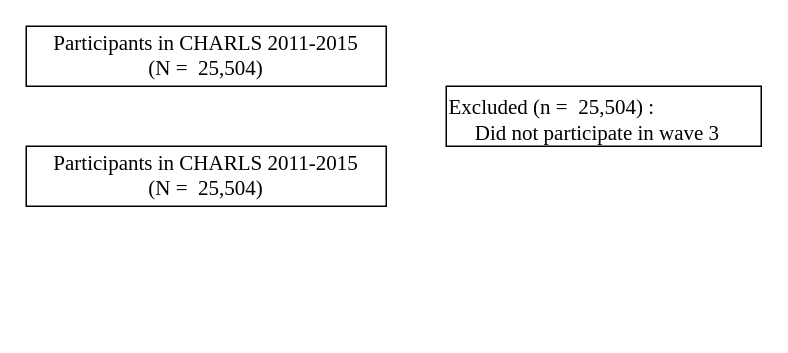
The draw.io diagram Childhood Neighborhood Quality.drawio in HaibinLi0817/Course-Project1, before the edit. Source tidied: cells renumbered, new cells numbered last; positions are measured from the earlier drawing's top-left corner, leaving out a move shared by most shapes. Both pictures are drawn from the tidied source at 150%, with x=0, y=0 at pixel (26, 26).
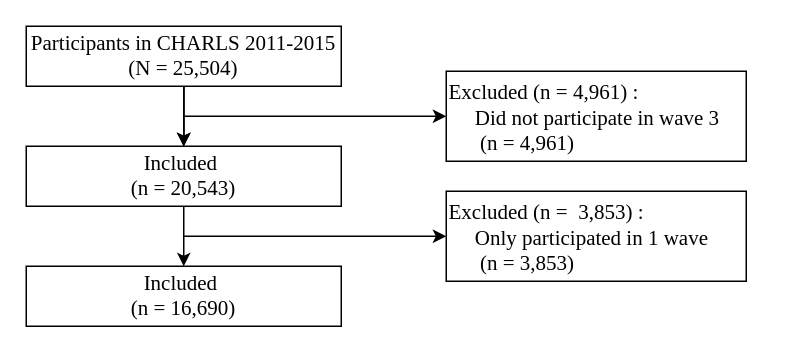
After the change.

What changed in the source:
```diff
@@
 <mxGraphModel>
   <root>
     <mxCell id="0" />
     <mxCell id="1" parent="0" />
+    <mxCell id="5" style="edgeStyle=orthogonalEdgeStyle;rounded=0;jettySize=auto;html=1;exitX=0.5;exitY=1;exitDx=0;exitDy=0;fontFamily=Times New Roman;fontSize=14;" parent="1" edge="1" source="2" target="3">
+      <mxGeometry relative="1" as="geometry" />
+    </mxCell>
-    <mxCell id="2" value="Participants in CHARLS 2011-2015&lt;br style=&quot;font-size: 14px;&quot;&gt;(N =&amp;nbsp; 25,504)" style="rounded=0;whiteSpace=wrap;html=1;fontSize=14;fontFamily=Times New Roman;" parent="1" vertex="1">
-      <mxGeometry width="240" height="40" as="geometry" />
+    <mxCell id="2" value="Participants in CHARLS 2011-2015&lt;br style=&quot;font-size: 14px&quot;&gt;(N = 25,504)" style="rounded=0;whiteSpace=wrap;html=1;fontSize=14;fontFamily=Times New Roman;" parent="1" vertex="1">
+      <mxGeometry width="210" height="40" as="geometry" />
     </mxCell>
+    <mxCell id="6" style="edgeStyle=orthogonalEdgeStyle;rounded=0;jettySize=auto;html=1;startArrow=classic;startFill=1;endArrow=none;endFill=0;fontFamily=Times New Roman;fontSize=14;" parent="1" edge="1" source="3" target="2">
+      <mxGeometry relative="1" as="geometry" />
+    </mxCell>
+    <mxCell id="7" style="edgeStyle=orthogonalEdgeStyle;rounded=0;jettySize=auto;html=1;startArrow=classic;startFill=1;endArrow=none;endFill=0;fontFamily=Times New Roman;fontSize=14;" parent="1" edge="1" source="3" target="2">
+      <mxGeometry relative="1" as="geometry" />
+    </mxCell>
-    <mxCell id="3" value="Participants in CHARLS 2011-2015&lt;br style=&quot;font-size: 14px;&quot;&gt;(N =&amp;nbsp; 25,504)" style="rounded=0;whiteSpace=wrap;html=1;fontSize=14;fontFamily=Times New Roman;" parent="1" vertex="1">
-      <mxGeometry y="80" width="240" height="40" as="geometry" />
+    <mxCell id="3" value="Included&amp;nbsp;&lt;br style=&quot;font-size: 14px&quot;&gt;(n = 20,543)" style="rounded=0;whiteSpace=wrap;html=1;fontSize=14;fontFamily=Times New Roman;" parent="1" vertex="1">
+      <mxGeometry y="80" width="210" height="40" as="geometry" />
     </mxCell>
+    <mxCell id="8" style="edgeStyle=orthogonalEdgeStyle;rounded=0;orthogonalLoop=1;jettySize=auto;html=1;endArrow=none;endFill=0;fontFamily=Times New Roman;fontSize=14;startArrow=classic;startFill=1;" parent="1" edge="1">
+      <mxGeometry relative="1" as="geometry">
+        <mxPoint x="280" y="60" as="sourcePoint" />
+        <mxPoint x="105" y="60" as="targetPoint" />
+      </mxGeometry>
+    </mxCell>
-    <mxCell id="4" value="&lt;span&gt;Excluded&amp;nbsp;(n =&amp;nbsp; 25,504) :&lt;/span&gt;&lt;br&gt;&lt;span&gt;&amp;nbsp; &amp;nbsp; &amp;nbsp;Did not participate in wave 3&lt;/span&gt;" style="rounded=0;whiteSpace=wrap;html=1;fontSize=14;fontFamily=Times New Roman;align=left;verticalAlign=top;horizontal=1;" parent="1" vertex="1">
-      <mxGeometry x="280" y="40" width="210" height="40" as="geometry" />
+    <mxCell id="4" value="&lt;span&gt;Excluded&amp;nbsp;(n = 4,961) :&lt;/span&gt;&lt;br&gt;&lt;span&gt;&amp;nbsp; &amp;nbsp; &amp;nbsp;Did not participate in wave 3&lt;br&gt;&lt;/span&gt;&amp;nbsp; &amp;nbsp; &amp;nbsp; (n = 4,961)&lt;br&gt;" style="rounded=0;whiteSpace=wrap;html=1;fontSize=14;fontFamily=Times New Roman;align=left;verticalAlign=top;horizontal=1;" parent="1" vertex="1">
+      <mxGeometry x="280" y="30" width="200" height="60" as="geometry" />
     </mxCell>
+    <mxCell id="9" style="edgeStyle=orthogonalEdgeStyle;rounded=0;jettySize=auto;html=1;exitX=0.5;exitY=0;exitDx=0;exitDy=0;entryX=0.5;entryY=1;entryDx=0;entryDy=0;startArrow=classic;startFill=1;endArrow=none;endFill=0;fontFamily=Times New Roman;fontSize=14;" parent="1" edge="1" source="10" target="3">
+      <mxGeometry relative="1" as="geometry" />
+    </mxCell>
+    <mxCell id="10" value="Included&amp;nbsp;&lt;br style=&quot;font-size: 14px&quot;&gt;(n = 16,690)" style="rounded=0;whiteSpace=wrap;html=1;fontSize=14;fontFamily=Times New Roman;" parent="1" vertex="1">
+      <mxGeometry y="160" width="210" height="40" as="geometry" />
+    </mxCell>
+    <mxCell id="11" style="edgeStyle=orthogonalEdgeStyle;rounded=0;jettySize=auto;html=1;startArrow=classic;startFill=1;endArrow=none;endFill=0;fontFamily=Times New Roman;fontSize=14;exitX=0;exitY=0.5;exitDx=0;exitDy=0;" parent="1" edge="1" source="12">
+      <mxGeometry relative="1" as="geometry">
+        <mxPoint x="105" y="140" as="targetPoint" />
+      </mxGeometry>
+    </mxCell>
+    <mxCell id="12" value="&lt;span&gt;Excluded&amp;nbsp;(n =&amp;nbsp; 3,853) :&lt;/span&gt;&lt;br&gt;&lt;span&gt;&amp;nbsp; &amp;nbsp; &amp;nbsp;Only participated in 1 wave&amp;nbsp;&lt;br&gt;&lt;/span&gt;&amp;nbsp; &amp;nbsp; &amp;nbsp; (n = 3,853)&lt;br&gt;" style="rounded=0;whiteSpace=wrap;html=1;fontSize=14;fontFamily=Times New Roman;align=left;verticalAlign=top;horizontal=1;" parent="1" vertex="1">
+      <mxGeometry x="280" y="110" width="200" height="60" as="geometry" />
+    </mxCell>
   </root>
 </mxGraphModel>
```
